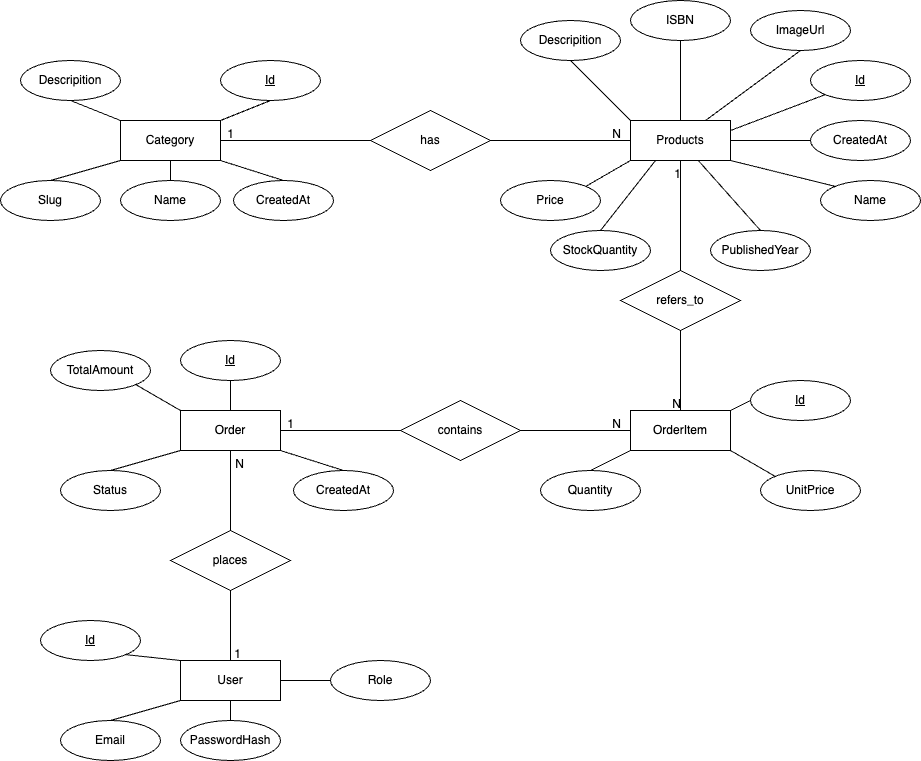
SaraM47/ArtbookStore keeps this draw.io diagram as ArtbookStore.Web/diagram/ER-diagram.png. Above is the earlier version. Source tidied: cells renumbered, new cells last; positions are measured from the earlier drawing's top-left corner, leaving out a move shared by most shapes. The source it was exported from:
```xml
<mxGraphModel background="#FFFFFF">
  <root>
    <mxCell id="0" />
    <mxCell id="1" parent="0" />
    <mxCell id="2" value="Category" style="whiteSpace=wrap;html=1;align=center;" parent="1" vertex="1">
      <mxGeometry x="120" y="120" width="100" height="40" as="geometry" />
    </mxCell>
    <mxCell id="3" value="Name" style="ellipse;whiteSpace=wrap;html=1;align=center;" parent="1" vertex="1">
      <mxGeometry x="120" y="180" width="100" height="40" as="geometry" />
    </mxCell>
    <mxCell id="4" value="Id" style="ellipse;whiteSpace=wrap;html=1;align=center;fontStyle=4;" parent="1" vertex="1">
      <mxGeometry x="220" y="60" width="100" height="40" as="geometry" />
    </mxCell>
    <mxCell id="5" value="Descripition" style="ellipse;whiteSpace=wrap;html=1;align=center;" parent="1" vertex="1">
      <mxGeometry x="20" y="60" width="100" height="40" as="geometry" />
    </mxCell>
    <mxCell id="6" value="Slug" style="ellipse;whiteSpace=wrap;html=1;align=center;" parent="1" vertex="1">
      <mxGeometry y="180" width="100" height="40" as="geometry" />
    </mxCell>
    <mxCell id="7" value="&lt;p&gt;CreatedAt&lt;/p&gt;" style="ellipse;whiteSpace=wrap;html=1;align=center;" parent="1" vertex="1">
      <mxGeometry x="233" y="180" width="100" height="40" as="geometry" />
    </mxCell>
    <mxCell id="8" style="endArrow=none;html=1;rounded=0;exitX=1;exitY=0;exitDx=0;exitDy=0;entryX=0.5;entryY=1;entryDx=0;entryDy=0;" parent="1" edge="1" source="2" target="4">
      <mxGeometry relative="1" as="geometry" />
    </mxCell>
    <mxCell id="9" style="endArrow=none;html=1;rounded=0;exitX=0.5;exitY=0;exitDx=0;exitDy=0;entryX=0;entryY=1;entryDx=0;entryDy=0;" parent="1" edge="1" source="6" target="2">
      <mxGeometry relative="1" as="geometry" />
    </mxCell>
    <mxCell id="10" style="endArrow=none;html=1;rounded=0;exitX=0.5;exitY=1;exitDx=0;exitDy=0;entryX=0;entryY=0;entryDx=0;entryDy=0;" parent="1" edge="1" source="5" target="2">
      <mxGeometry relative="1" as="geometry" />
    </mxCell>
    <mxCell id="11" style="endArrow=none;html=1;rounded=0;entryX=0.5;entryY=1;entryDx=0;entryDy=0;exitX=0.5;exitY=0;exitDx=0;exitDy=0;" parent="1" edge="1" source="3" target="2">
      <mxGeometry relative="1" as="geometry" />
    </mxCell>
    <mxCell id="12" style="endArrow=none;html=1;rounded=0;entryX=0.5;entryY=0;entryDx=0;entryDy=0;exitX=1;exitY=1;exitDx=0;exitDy=0;" parent="1" edge="1" source="2" target="7">
      <mxGeometry relative="1" as="geometry" />
    </mxCell>
    <mxCell id="13" value="Products" style="whiteSpace=wrap;html=1;align=center;" parent="1" vertex="1">
      <mxGeometry x="630" y="120" width="100" height="40" as="geometry" />
    </mxCell>
    <mxCell id="14" value="Id" style="ellipse;whiteSpace=wrap;html=1;align=center;fontStyle=4;" parent="1" vertex="1">
      <mxGeometry x="810" y="60" width="100" height="40" as="geometry" />
    </mxCell>
    <mxCell id="15" value="Descripition" style="ellipse;whiteSpace=wrap;html=1;align=center;" parent="1" vertex="1">
      <mxGeometry x="520" y="20" width="100" height="40" as="geometry" />
    </mxCell>
    <mxCell id="16" value="Name" style="ellipse;whiteSpace=wrap;html=1;align=center;" parent="1" vertex="1">
      <mxGeometry x="820" y="180" width="100" height="40" as="geometry" />
    </mxCell>
    <mxCell id="17" value="Price" style="ellipse;whiteSpace=wrap;html=1;align=center;" parent="1" vertex="1">
      <mxGeometry x="500" y="180" width="100" height="40" as="geometry" />
    </mxCell>
    <mxCell id="18" value="ImageUrl" style="ellipse;whiteSpace=wrap;html=1;align=center;" parent="1" vertex="1">
      <mxGeometry x="750" y="10" width="100" height="40" as="geometry" />
    </mxCell>
    <mxCell id="19" value="&lt;p&gt;StockQuantity&lt;/p&gt;" style="ellipse;whiteSpace=wrap;html=1;align=center;" parent="1" vertex="1">
      <mxGeometry x="550" y="230" width="100" height="40" as="geometry" />
    </mxCell>
    <mxCell id="20" value="&lt;p&gt;ISBN&lt;/p&gt;" style="ellipse;whiteSpace=wrap;html=1;align=center;" parent="1" vertex="1">
      <mxGeometry x="630" width="100" height="40" as="geometry" />
    </mxCell>
    <mxCell id="21" value="&lt;p&gt;PublishedYear&lt;/p&gt;" style="ellipse;whiteSpace=wrap;html=1;align=center;" parent="1" vertex="1">
      <mxGeometry x="710" y="230" width="100" height="40" as="geometry" />
    </mxCell>
    <mxCell id="22" value="&lt;p&gt;CreatedAt&lt;/p&gt;" style="ellipse;whiteSpace=wrap;html=1;align=center;" parent="1" vertex="1">
      <mxGeometry x="810" y="120" width="100" height="40" as="geometry" />
    </mxCell>
    <mxCell id="23" style="endArrow=none;html=1;rounded=0;entryX=0;entryY=0.5;entryDx=0;entryDy=0;exitX=1;exitY=0.5;exitDx=0;exitDy=0;" parent="1" edge="1" source="13" target="22">
      <mxGeometry relative="1" as="geometry" />
    </mxCell>
    <mxCell id="24" style="endArrow=none;html=1;rounded=0;entryX=0.5;entryY=1;entryDx=0;entryDy=0;exitX=0;exitY=0;exitDx=0;exitDy=0;" parent="1" edge="1" source="13" target="15">
      <mxGeometry relative="1" as="geometry" />
    </mxCell>
    <mxCell id="25" style="endArrow=none;html=1;rounded=0;entryX=0;entryY=1;entryDx=0;entryDy=0;" parent="1" edge="1" target="14">
      <mxGeometry relative="1" as="geometry">
        <mxPoint x="730" y="130" as="sourcePoint" />
      </mxGeometry>
    </mxCell>
    <mxCell id="26" style="endArrow=none;html=1;rounded=0;entryX=0;entryY=0;entryDx=0;entryDy=0;exitX=1;exitY=1;exitDx=0;exitDy=0;" parent="1" edge="1" source="13" target="16">
      <mxGeometry relative="1" as="geometry" />
    </mxCell>
    <mxCell id="27" style="endArrow=none;html=1;rounded=0;exitX=0.5;exitY=0;exitDx=0;exitDy=0;" parent="1" edge="1" source="13">
      <mxGeometry relative="1" as="geometry">
        <mxPoint x="680" y="40" as="targetPoint" />
      </mxGeometry>
    </mxCell>
    <mxCell id="28" style="endArrow=none;html=1;rounded=0;entryX=1;entryY=0;entryDx=0;entryDy=0;exitX=0;exitY=1;exitDx=0;exitDy=0;" parent="1" edge="1" source="13" target="17">
      <mxGeometry relative="1" as="geometry" />
    </mxCell>
    <mxCell id="29" style="endArrow=none;html=1;rounded=0;entryX=0.5;entryY=1;entryDx=0;entryDy=0;exitX=0.75;exitY=0;exitDx=0;exitDy=0;" parent="1" edge="1" source="13" target="18">
      <mxGeometry relative="1" as="geometry" />
    </mxCell>
    <mxCell id="30" style="endArrow=none;html=1;rounded=0;entryX=0.5;entryY=0;entryDx=0;entryDy=0;" parent="1" edge="1" source="13" target="21">
      <mxGeometry relative="1" as="geometry" />
    </mxCell>
    <mxCell id="31" style="endArrow=none;html=1;rounded=0;entryX=0.5;entryY=0;entryDx=0;entryDy=0;exitX=0.25;exitY=1;exitDx=0;exitDy=0;" parent="1" edge="1" source="13" target="19">
      <mxGeometry relative="1" as="geometry" />
    </mxCell>
    <mxCell id="32" value="Order" style="whiteSpace=wrap;html=1;align=center;" parent="1" vertex="1">
      <mxGeometry x="180" y="410" width="100" height="40" as="geometry" />
    </mxCell>
    <mxCell id="33" value="TotalAmount" style="ellipse;whiteSpace=wrap;html=1;align=center;" parent="1" vertex="1">
      <mxGeometry x="50" y="350" width="100" height="40" as="geometry" />
    </mxCell>
    <mxCell id="34" value="Id" style="ellipse;whiteSpace=wrap;html=1;align=center;fontStyle=4;" parent="1" vertex="1">
      <mxGeometry x="180" y="340" width="100" height="40" as="geometry" />
    </mxCell>
    <mxCell id="35" value="Status" style="ellipse;whiteSpace=wrap;html=1;align=center;" parent="1" vertex="1">
      <mxGeometry x="60" y="470" width="100" height="40" as="geometry" />
    </mxCell>
    <mxCell id="36" value="&lt;p&gt;CreatedAt&lt;/p&gt;" style="ellipse;whiteSpace=wrap;html=1;align=center;" parent="1" vertex="1">
      <mxGeometry x="293" y="470" width="100" height="40" as="geometry" />
    </mxCell>
    <mxCell id="37" style="endArrow=none;html=1;rounded=0;entryX=0.5;entryY=1;entryDx=0;entryDy=0;" parent="1" edge="1" target="34">
      <mxGeometry relative="1" as="geometry">
        <mxPoint x="230" y="410" as="sourcePoint" />
      </mxGeometry>
    </mxCell>
    <mxCell id="38" style="endArrow=none;html=1;rounded=0;exitX=0.5;exitY=0;exitDx=0;exitDy=0;entryX=0;entryY=1;entryDx=0;entryDy=0;" parent="1" edge="1" source="35" target="32">
      <mxGeometry relative="1" as="geometry" />
    </mxCell>
    <mxCell id="39" style="endArrow=none;html=1;rounded=0;exitX=1;exitY=1;exitDx=0;exitDy=0;entryX=0;entryY=0;entryDx=0;entryDy=0;" parent="1" edge="1" source="33" target="32">
      <mxGeometry relative="1" as="geometry" />
    </mxCell>
    <mxCell id="40" style="endArrow=none;html=1;rounded=0;entryX=0.5;entryY=0;entryDx=0;entryDy=0;exitX=1;exitY=1;exitDx=0;exitDy=0;" parent="1" edge="1" source="32" target="36">
      <mxGeometry relative="1" as="geometry" />
    </mxCell>
    <mxCell id="41" style="endArrow=none;html=1;rounded=0;entryX=0;entryY=0.5;entryDx=0;entryDy=0;exitX=1;exitY=0;exitDx=0;exitDy=0;" parent="1" edge="1" source="44" target="46">
      <mxGeometry relative="1" as="geometry" />
    </mxCell>
    <mxCell id="42" style="endArrow=none;html=1;rounded=0;exitX=0.5;exitY=0;exitDx=0;exitDy=0;entryX=0;entryY=1;entryDx=0;entryDy=0;" parent="1" edge="1" source="47" target="44">
      <mxGeometry relative="1" as="geometry" />
    </mxCell>
    <mxCell id="43" style="endArrow=none;html=1;rounded=0;exitX=0;exitY=0;exitDx=0;exitDy=0;entryX=1;entryY=1;entryDx=0;entryDy=0;" parent="1" edge="1" source="45" target="44">
      <mxGeometry relative="1" as="geometry" />
    </mxCell>
    <mxCell id="44" value="OrderItem" style="whiteSpace=wrap;html=1;align=center;" parent="1" vertex="1">
      <mxGeometry x="630" y="410" width="100" height="40" as="geometry" />
    </mxCell>
    <mxCell id="45" value="UnitPrice" style="ellipse;whiteSpace=wrap;html=1;align=center;" parent="1" vertex="1">
      <mxGeometry x="760" y="470" width="100" height="40" as="geometry" />
    </mxCell>
    <mxCell id="46" value="Id" style="ellipse;whiteSpace=wrap;html=1;align=center;fontStyle=4;" parent="1" vertex="1">
      <mxGeometry x="750" y="380" width="100" height="40" as="geometry" />
    </mxCell>
    <mxCell id="47" value="Quantity" style="ellipse;whiteSpace=wrap;html=1;align=center;" parent="1" vertex="1">
      <mxGeometry x="540" y="470" width="100" height="40" as="geometry" />
    </mxCell>
    <mxCell id="48" style="endArrow=none;html=1;rounded=0;entryX=1;entryY=1;entryDx=0;entryDy=0;exitX=0;exitY=0;exitDx=0;exitDy=0;" parent="1" edge="1" source="52" target="54">
      <mxGeometry relative="1" as="geometry" />
    </mxCell>
    <mxCell id="49" style="endArrow=none;html=1;rounded=0;exitX=0.5;exitY=0;exitDx=0;exitDy=0;entryX=0;entryY=1;entryDx=0;entryDy=0;" parent="1" edge="1" source="55" target="52">
      <mxGeometry relative="1" as="geometry" />
    </mxCell>
    <mxCell id="50" style="endArrow=none;html=1;rounded=0;entryX=0.5;entryY=1;entryDx=0;entryDy=0;exitX=0.5;exitY=0;exitDx=0;exitDy=0;" parent="1" edge="1" source="53" target="52">
      <mxGeometry relative="1" as="geometry" />
    </mxCell>
    <mxCell id="51" style="endArrow=none;html=1;rounded=0;entryX=0;entryY=0.5;entryDx=0;entryDy=0;exitX=1;exitY=0.5;exitDx=0;exitDy=0;" parent="1" edge="1" source="52" target="56">
      <mxGeometry relative="1" as="geometry" />
    </mxCell>
    <mxCell id="52" value="User" style="whiteSpace=wrap;html=1;align=center;" parent="1" vertex="1">
      <mxGeometry x="180" y="660" width="100" height="40" as="geometry" />
    </mxCell>
    <mxCell id="53" value="PasswordHash" style="ellipse;whiteSpace=wrap;html=1;align=center;" parent="1" vertex="1">
      <mxGeometry x="180" y="720" width="100" height="40" as="geometry" />
    </mxCell>
    <mxCell id="54" value="Id" style="ellipse;whiteSpace=wrap;html=1;align=center;fontStyle=4;" parent="1" vertex="1">
      <mxGeometry x="40" y="620" width="100" height="40" as="geometry" />
    </mxCell>
    <mxCell id="55" value="Email" style="ellipse;whiteSpace=wrap;html=1;align=center;" parent="1" vertex="1">
      <mxGeometry x="60" y="720" width="100" height="40" as="geometry" />
    </mxCell>
    <mxCell id="56" value="&lt;p&gt;Role&lt;/p&gt;" style="ellipse;whiteSpace=wrap;html=1;align=center;" parent="1" vertex="1">
      <mxGeometry x="330" y="660" width="100" height="40" as="geometry" />
    </mxCell>
    <mxCell id="57" value="has" style="shape=rhombus;perimeter=rhombusPerimeter;whiteSpace=wrap;html=1;align=center;" parent="1" vertex="1">
      <mxGeometry x="370" y="110" width="120" height="60" as="geometry" />
    </mxCell>
    <mxCell id="58" style="endArrow=none;html=1;rounded=0;entryX=0;entryY=0.5;entryDx=0;entryDy=0;exitX=1;exitY=0.5;exitDx=0;exitDy=0;" parent="1" edge="1" source="57" target="13">
      <mxGeometry relative="1" as="geometry" />
    </mxCell>
    <mxCell id="59" value="N" style="html=1;whiteSpace=wrap;align=right;verticalAlign=bottom;" parent="58" vertex="1">
      <mxGeometry x="1" relative="1" as="geometry">
        <mxPoint x="-10" as="offset" />
      </mxGeometry>
    </mxCell>
    <mxCell id="60" style="endArrow=none;html=1;rounded=0;entryX=1;entryY=0.5;entryDx=0;entryDy=0;" parent="1" edge="1" source="57" target="2">
      <mxGeometry relative="1" as="geometry" />
    </mxCell>
    <mxCell id="61" value="1" style="html=1;whiteSpace=wrap;align=right;verticalAlign=bottom;" parent="60" vertex="1">
      <mxGeometry x="1" relative="1" as="geometry">
        <mxPoint x="13" as="offset" />
      </mxGeometry>
    </mxCell>
    <mxCell id="62" value="contains" style="shape=rhombus;perimeter=rhombusPerimeter;whiteSpace=wrap;html=1;align=center;" parent="1" vertex="1">
      <mxGeometry x="400" y="400" width="120" height="60" as="geometry" />
    </mxCell>
    <mxCell id="63" style="endArrow=none;html=1;rounded=0;entryX=1;entryY=0.5;entryDx=0;entryDy=0;exitX=0;exitY=0.5;exitDx=0;exitDy=0;" parent="1" edge="1" source="62" target="32">
      <mxGeometry relative="1" as="geometry" />
    </mxCell>
    <mxCell id="64" value="1" style="html=1;whiteSpace=wrap;align=right;verticalAlign=bottom;" parent="63" vertex="1">
      <mxGeometry x="1" relative="1" as="geometry">
        <mxPoint x="13" as="offset" />
      </mxGeometry>
    </mxCell>
    <mxCell id="65" style="endArrow=none;html=1;rounded=0;entryX=0;entryY=0.5;entryDx=0;entryDy=0;exitX=1;exitY=0.5;exitDx=0;exitDy=0;" parent="1" edge="1" source="62" target="44">
      <mxGeometry relative="1" as="geometry" />
    </mxCell>
    <mxCell id="66" value="N" style="html=1;whiteSpace=wrap;align=right;verticalAlign=bottom;" parent="65" vertex="1">
      <mxGeometry x="1" relative="1" as="geometry">
        <mxPoint x="-10" as="offset" />
      </mxGeometry>
    </mxCell>
    <mxCell id="67" value="refers_to" style="shape=rhombus;perimeter=rhombusPerimeter;whiteSpace=wrap;html=1;align=center;" parent="1" vertex="1">
      <mxGeometry x="620" y="270" width="120" height="60" as="geometry" />
    </mxCell>
    <mxCell id="68" style="endArrow=none;html=1;rounded=0;exitX=0.5;exitY=0;exitDx=0;exitDy=0;" parent="1" edge="1" source="67">
      <mxGeometry relative="1" as="geometry">
        <mxPoint x="680" y="160" as="targetPoint" />
      </mxGeometry>
    </mxCell>
    <mxCell id="69" value="1" style="html=1;whiteSpace=wrap;align=right;verticalAlign=bottom;" parent="68" vertex="1">
      <mxGeometry x="1" relative="1" as="geometry">
        <mxPoint y="20" as="offset" />
      </mxGeometry>
    </mxCell>
    <mxCell id="70" style="endArrow=none;html=1;rounded=0;entryX=0.5;entryY=0;entryDx=0;entryDy=0;exitX=0.5;exitY=1;exitDx=0;exitDy=0;" parent="1" edge="1" source="67" target="44">
      <mxGeometry relative="1" as="geometry" />
    </mxCell>
    <mxCell id="71" value="N" style="html=1;whiteSpace=wrap;align=right;verticalAlign=bottom;" parent="70" vertex="1">
      <mxGeometry x="1" relative="1" as="geometry" />
    </mxCell>
    <mxCell id="72" value="places" style="shape=rhombus;perimeter=rhombusPerimeter;whiteSpace=wrap;html=1;align=center;" parent="1" vertex="1">
      <mxGeometry x="170" y="530" width="120" height="60" as="geometry" />
    </mxCell>
    <mxCell id="73" style="endArrow=none;html=1;rounded=0;entryX=0.5;entryY=1;entryDx=0;entryDy=0;exitX=0.5;exitY=0;exitDx=0;exitDy=0;" parent="1" edge="1" source="72" target="32">
      <mxGeometry relative="1" as="geometry" />
    </mxCell>
    <mxCell id="74" value="N" style="html=1;whiteSpace=wrap;align=right;verticalAlign=bottom;" parent="73" vertex="1">
      <mxGeometry x="1" relative="1" as="geometry">
        <mxPoint x="13" y="20" as="offset" />
      </mxGeometry>
    </mxCell>
    <mxCell id="75" style="endArrow=none;html=1;rounded=0;entryX=0.5;entryY=0;entryDx=0;entryDy=0;" parent="1" edge="1" source="72" target="52">
      <mxGeometry relative="1" as="geometry" />
    </mxCell>
    <mxCell id="76" value="1" style="html=1;whiteSpace=wrap;align=right;verticalAlign=bottom;" parent="75" vertex="1">
      <mxGeometry x="1" relative="1" as="geometry">
        <mxPoint x="10" as="offset" />
      </mxGeometry>
    </mxCell>
  </root>
</mxGraphModel>
```
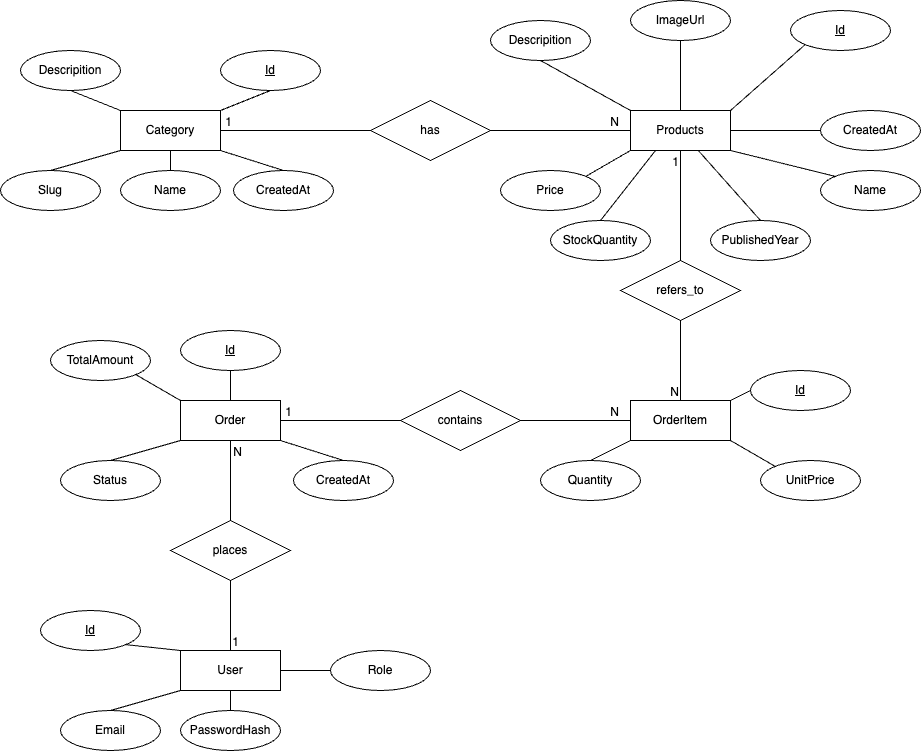
After the commit.

What changed in the source:
```diff
@@ -39,10 +39,10 @@
       <mxGeometry x="630" y="120" width="100" height="40" as="geometry" />
     </mxCell>
     <mxCell id="14" value="Id" style="ellipse;whiteSpace=wrap;html=1;align=center;fontStyle=4;" parent="1" vertex="1">
-      <mxGeometry x="810" y="60" width="100" height="40" as="geometry" />
+      <mxGeometry x="790" y="20" width="100" height="40" as="geometry" />
     </mxCell>
     <mxCell id="15" value="Descripition" style="ellipse;whiteSpace=wrap;html=1;align=center;" parent="1" vertex="1">
-      <mxGeometry x="520" y="20" width="100" height="40" as="geometry" />
+      <mxGeometry x="490" y="30" width="100" height="40" as="geometry" />
     </mxCell>
     <mxCell id="16" value="Name" style="ellipse;whiteSpace=wrap;html=1;align=center;" parent="1" vertex="1">
       <mxGeometry x="820" y="180" width="100" height="40" as="geometry" />
@@ -51,19 +51,16 @@
       <mxGeometry x="500" y="180" width="100" height="40" as="geometry" />
     </mxCell>
     <mxCell id="18" value="ImageUrl" style="ellipse;whiteSpace=wrap;html=1;align=center;" parent="1" vertex="1">
-      <mxGeometry x="750" y="10" width="100" height="40" as="geometry" />
+      <mxGeometry x="630" y="10" width="100" height="40" as="geometry" />
     </mxCell>
     <mxCell id="19" value="&lt;p&gt;StockQuantity&lt;/p&gt;" style="ellipse;whiteSpace=wrap;html=1;align=center;" parent="1" vertex="1">
       <mxGeometry x="550" y="230" width="100" height="40" as="geometry" />
     </mxCell>
-    <mxCell id="20" value="&lt;p&gt;ISBN&lt;/p&gt;" style="ellipse;whiteSpace=wrap;html=1;align=center;" parent="1" vertex="1">
-      <mxGeometry x="630" width="100" height="40" as="geometry" />
-    </mxCell>
     <mxCell id="21" value="&lt;p&gt;PublishedYear&lt;/p&gt;" style="ellipse;whiteSpace=wrap;html=1;align=center;" parent="1" vertex="1">
       <mxGeometry x="710" y="230" width="100" height="40" as="geometry" />
     </mxCell>
     <mxCell id="22" value="&lt;p&gt;CreatedAt&lt;/p&gt;" style="ellipse;whiteSpace=wrap;html=1;align=center;" parent="1" vertex="1">
-      <mxGeometry x="810" y="120" width="100" height="40" as="geometry" />
+      <mxGeometry x="820" y="120" width="100" height="40" as="geometry" />
     </mxCell>
     <mxCell id="23" style="endArrow=none;html=1;rounded=0;entryX=0;entryY=0.5;entryDx=0;entryDy=0;exitX=1;exitY=0.5;exitDx=0;exitDy=0;" parent="1" edge="1" source="13" target="22">
       <mxGeometry relative="1" as="geometry" />
@@ -71,23 +68,16 @@
     <mxCell id="24" style="endArrow=none;html=1;rounded=0;entryX=0.5;entryY=1;entryDx=0;entryDy=0;exitX=0;exitY=0;exitDx=0;exitDy=0;" parent="1" edge="1" source="13" target="15">
       <mxGeometry relative="1" as="geometry" />
     </mxCell>
-    <mxCell id="25" style="endArrow=none;html=1;rounded=0;entryX=0;entryY=1;entryDx=0;entryDy=0;" parent="1" edge="1" target="14">
-      <mxGeometry relative="1" as="geometry">
-        <mxPoint x="730" y="130" as="sourcePoint" />
-      </mxGeometry>
+    <mxCell id="25" style="endArrow=none;html=1;rounded=0;entryX=0;entryY=1;entryDx=0;entryDy=0;exitX=1;exitY=0;exitDx=0;exitDy=0;" parent="1" edge="1" source="13" target="14">
+      <mxGeometry relative="1" as="geometry" />
     </mxCell>
     <mxCell id="26" style="endArrow=none;html=1;rounded=0;entryX=0;entryY=0;entryDx=0;entryDy=0;exitX=1;exitY=1;exitDx=0;exitDy=0;" parent="1" edge="1" source="13" target="16">
       <mxGeometry relative="1" as="geometry" />
     </mxCell>
-    <mxCell id="27" style="endArrow=none;html=1;rounded=0;exitX=0.5;exitY=0;exitDx=0;exitDy=0;" parent="1" edge="1" source="13">
-      <mxGeometry relative="1" as="geometry">
-        <mxPoint x="680" y="40" as="targetPoint" />
-      </mxGeometry>
-    </mxCell>
     <mxCell id="28" style="endArrow=none;html=1;rounded=0;entryX=1;entryY=0;entryDx=0;entryDy=0;exitX=0;exitY=1;exitDx=0;exitDy=0;" parent="1" edge="1" source="13" target="17">
       <mxGeometry relative="1" as="geometry" />
     </mxCell>
-    <mxCell id="29" style="endArrow=none;html=1;rounded=0;entryX=0.5;entryY=1;entryDx=0;entryDy=0;exitX=0.75;exitY=0;exitDx=0;exitDy=0;" parent="1" edge="1" source="13" target="18">
+    <mxCell id="29" style="endArrow=none;html=1;rounded=0;entryX=0.5;entryY=1;entryDx=0;entryDy=0;exitX=0.5;exitY=0;exitDx=0;exitDy=0;" parent="1" edge="1" source="13" target="18">
       <mxGeometry relative="1" as="geometry" />
     </mxCell>
     <mxCell id="30" style="endArrow=none;html=1;rounded=0;entryX=0.5;entryY=0;entryDx=0;entryDy=0;" parent="1" edge="1" source="13" target="21">
```
